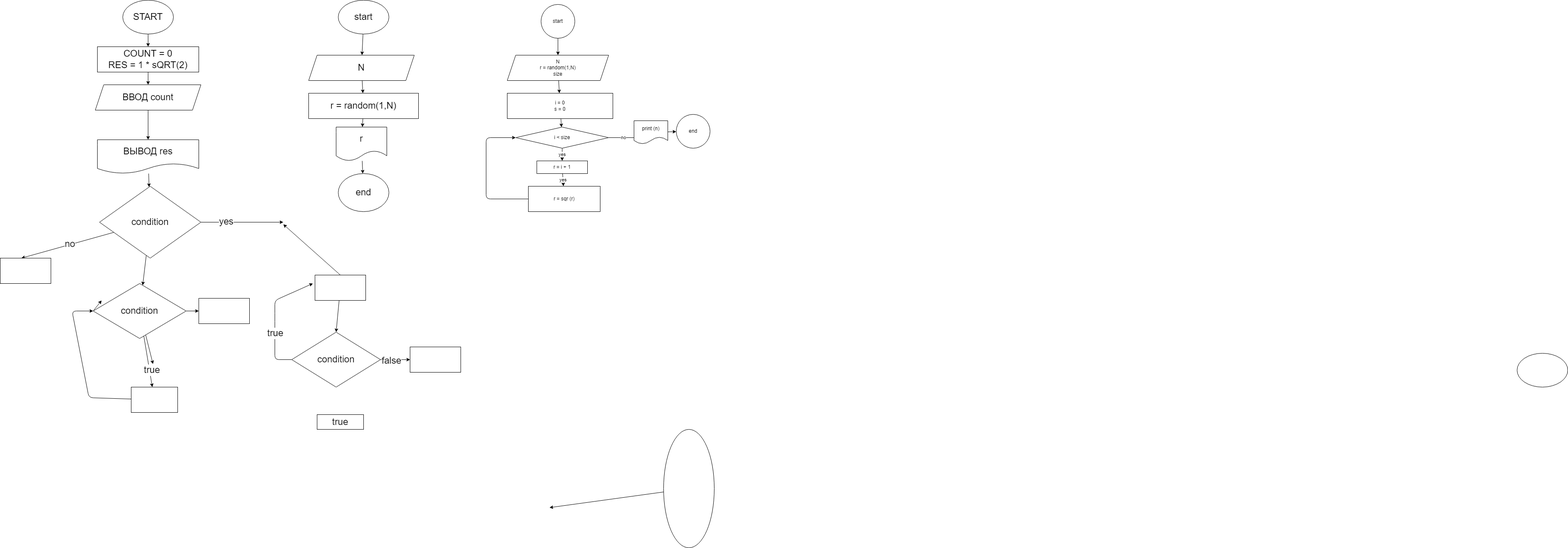
EvgeniyGagen/practice_temp keeps this draw.io diagram as ex000.drawio.png. Above is the earlier version. Source tidied: cells renumbered, new cells last; positions are measured from the earlier drawing's top-left corner, leaving out a move shared by most shapes.
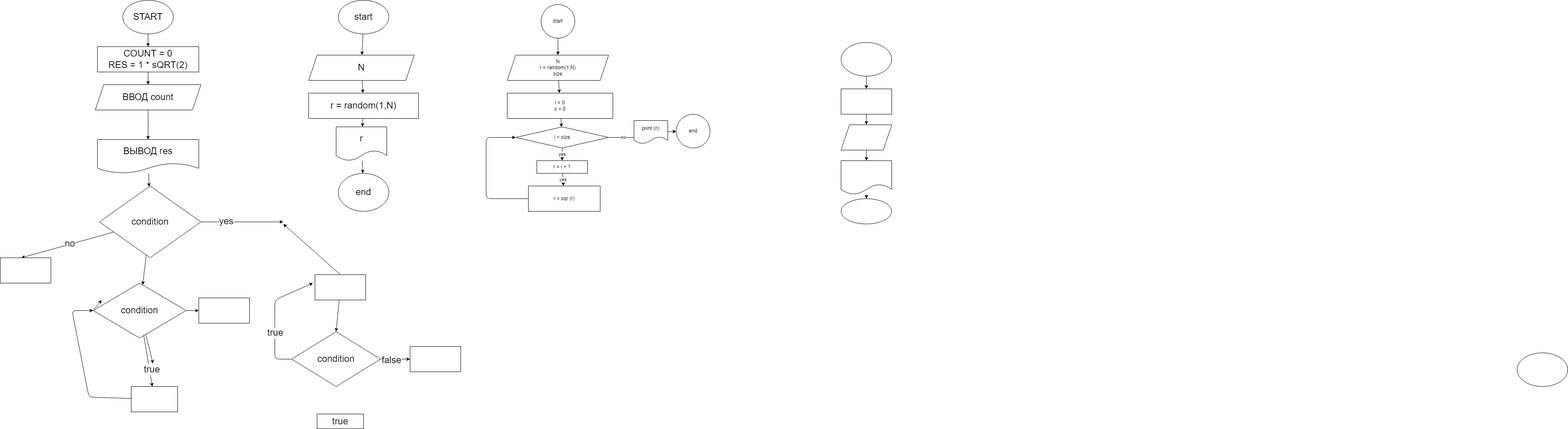
Above is the later version.

Commit message:
новые схемы

Diff of the diagram source:
```diff
@@ -151,14 +151,6 @@
     <mxCell id="44" value="end" style="ellipse;whiteSpace=wrap;html=1;fontSize=22;" parent="1" vertex="1">
       <mxGeometry x="800" y="410" width="120" height="90" as="geometry" />
     </mxCell>
-    <mxCell id="45" style="edgeStyle=none;html=1;" parent="1" edge="1" source="46">
-      <mxGeometry relative="1" as="geometry">
-        <mxPoint x="1300" y="1200" as="targetPoint" />
-      </mxGeometry>
-    </mxCell>
-    <mxCell id="46" style="ellipse;whiteSpace=wrap;html=1;" parent="1" vertex="1">
-      <mxGeometry x="1570" y="1015" width="120" height="280" as="geometry" />
-    </mxCell>
     <mxCell id="47" style="ellipse;whiteSpace=wrap;html=1;" parent="1" vertex="1">
       <mxGeometry x="3590" y="835" width="120" height="80" as="geometry" />
     </mxCell>
@@ -217,5 +209,32 @@
     <mxCell id="63" value="end" style="ellipse;whiteSpace=wrap;html=1;" parent="1" vertex="1">
       <mxGeometry x="1600" y="270" width="80" height="80" as="geometry" />
     </mxCell>
+    <mxCell id="64" style="edgeStyle=none;html=1;" parent="1" edge="1" source="65" target="67">
+      <mxGeometry relative="1" as="geometry" />
+    </mxCell>
+    <mxCell id="65" style="ellipse;whiteSpace=wrap;html=1;" parent="1" vertex="1">
+      <mxGeometry x="1990" y="100" width="120" height="80" as="geometry" />
+    </mxCell>
+    <mxCell id="66" style="edgeStyle=none;html=1;" parent="1" edge="1" source="67" target="69">
+      <mxGeometry relative="1" as="geometry" />
+    </mxCell>
+    <mxCell id="67" style="whiteSpace=wrap;html=1;" parent="1" vertex="1">
+      <mxGeometry x="1990" y="210" width="120" height="60" as="geometry" />
+    </mxCell>
+    <mxCell id="68" style="edgeStyle=none;html=1;" parent="1" edge="1" source="69" target="71">
+      <mxGeometry relative="1" as="geometry" />
+    </mxCell>
+    <mxCell id="69" style="shape=parallelogram;perimeter=parallelogramPerimeter;whiteSpace=wrap;html=1;fixedSize=1;" parent="1" vertex="1">
+      <mxGeometry x="1990" y="295" width="120" height="60" as="geometry" />
+    </mxCell>
+    <mxCell id="70" style="edgeStyle=none;html=1;" parent="1" edge="1" source="71" target="72">
+      <mxGeometry relative="1" as="geometry" />
+    </mxCell>
+    <mxCell id="71" style="shape=document;whiteSpace=wrap;html=1;boundedLbl=1;" parent="1" vertex="1">
+      <mxGeometry x="1990" y="380" width="120" height="80" as="geometry" />
+    </mxCell>
+    <mxCell id="72" style="ellipse;whiteSpace=wrap;html=1;" parent="1" vertex="1">
+      <mxGeometry x="1990" y="470" width="120" height="60" as="geometry" />
+    </mxCell>
   </root>
 </mxGraphModel>
```
